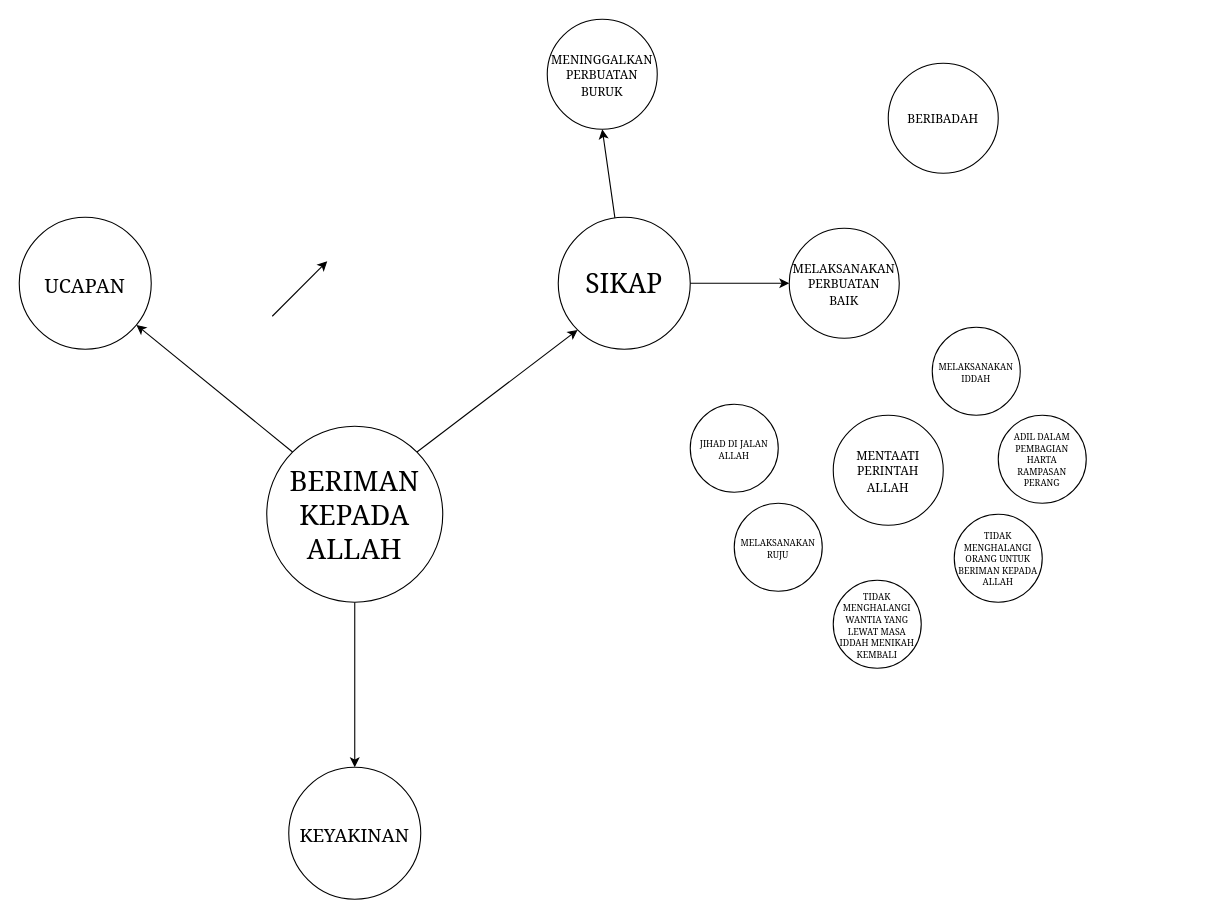
This is ilta.drawio from Alfthrpy/Iseng, a draw.io file, before an edit. Source tidied: cells renumbered, new cells numbered last; positions are measured from the earlier drawing's top-left corner, leaving out a move shared by most shapes. Both pictures are drawn from the tidied source at 110%, with x=0, y=0 at pixel (19, 19).
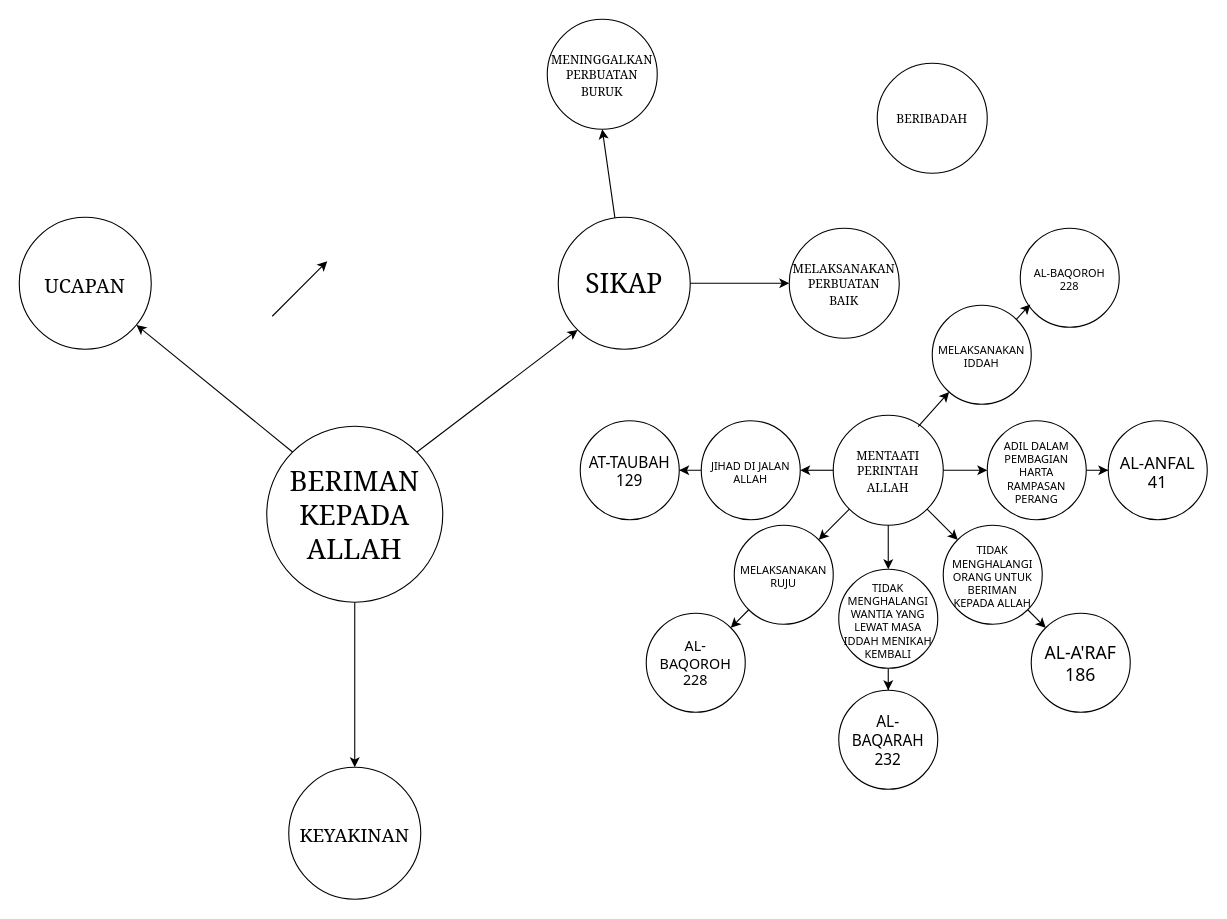
The same diagram, later.

The change refers to these unchanged cells:
```xml
<mxCell id="17" value="&lt;font face=&quot;Georgia&quot;&gt;&lt;span style=&quot;font-size: 11px;&quot;&gt;MENTAATI PERINTAH ALLAH&lt;/span&gt;&lt;/font&gt;" style="ellipse;whiteSpace=wrap;html=1;spacingTop=2;spacing=5;" parent="1" vertex="1">
  <mxGeometry x="740" y="360" width="100" height="100" as="geometry" />
</mxCell>
```

What changed in the source:
```diff
@@
-    <mxCell id="14" value="&lt;font face=&quot;Georgia&quot; style=&quot;font-size: 8px;&quot;&gt;MELAKSANAKAN IDDAH&lt;/font&gt;" style="ellipse;whiteSpace=wrap;html=1;spacingTop=2;spacing=5;fontSize=8;" parent="1" vertex="1">
-      <mxGeometry x="830" y="280" width="80" height="80" as="geometry" />
+    <mxCell id="14" value="&lt;font style=&quot;font-size: 10px;&quot;&gt;MELAKSANAKAN IDDAH&lt;/font&gt;" style="ellipse;whiteSpace=wrap;html=1;spacingTop=2;spacing=5;fontSize=10;fontFamily=Tahoma;" parent="1" vertex="1">
+      <mxGeometry x="830" y="260" width="90" height="90" as="geometry" />
     </mxCell>
-    <mxCell id="15" value="&lt;font face=&quot;Georgia&quot;&gt;MELAKSANAKAN RUJU&lt;/font&gt;" style="ellipse;whiteSpace=wrap;html=1;spacingTop=2;spacing=5;fontSize=8;" parent="1" vertex="1">
-      <mxGeometry x="650" y="440" width="80" height="80" as="geometry" />
+    <mxCell id="15" value="&lt;font style=&quot;font-size: 10px;&quot;&gt;MELAKSANAKAN RUJU&lt;/font&gt;" style="ellipse;whiteSpace=wrap;html=1;spacingTop=2;spacing=5;fontSize=10;fontFamily=Tahoma;" parent="1" vertex="1">
+      <mxGeometry x="650" y="460" width="90" height="90" as="geometry" />
     </mxCell>
+    <mxCell id="22" style="edgeStyle=orthogonalEdgeStyle;rounded=0;jettySize=auto;html=1;" parent="1" edge="1" source="16" target="31">
+      <mxGeometry relative="1" as="geometry" />
+    </mxCell>
-    <mxCell id="16" value="&lt;font face=&quot;Georgia&quot;&gt;TIDAK MENGHALANGI WANTIA YANG LEWAT MASA IDDAH MENIKAH KEMBALI&lt;/font&gt;" style="ellipse;whiteSpace=wrap;html=1;spacingTop=2;spacing=5;fontSize=8;" parent="1" vertex="1">
-      <mxGeometry x="740" y="510" width="80" height="80" as="geometry" />
+    <mxCell id="16" value="&lt;font style=&quot;font-size: 10px;&quot;&gt;TIDAK MENGHALANGI WANTIA YANG LEWAT MASA IDDAH MENIKAH KEMBALI&lt;/font&gt;" style="ellipse;whiteSpace=wrap;html=1;spacingTop=2;spacing=5;fontSize=10;fontFamily=Tahoma;" parent="1" vertex="1">
+      <mxGeometry x="745" y="500" width="90" height="90" as="geometry" />
     </mxCell>
@@
-    <mxCell id="18" value="&lt;font face=&quot;Georgia&quot;&gt;TIDAK MENGHALANGI ORANG UNTUK BERIMAN KEPADA ALLAH&lt;/font&gt;" style="ellipse;whiteSpace=wrap;html=1;spacingTop=2;spacing=5;fontSize=8;" parent="1" vertex="1">
-      <mxGeometry x="850" y="450" width="80" height="80" as="geometry" />
+    <mxCell id="18" value="&lt;font style=&quot;font-size: 10px;&quot;&gt;TIDAK MENGHALANGI ORANG UNTUK BERIMAN KEPADA ALLAH&lt;/font&gt;" style="ellipse;whiteSpace=wrap;html=1;spacingTop=2;spacing=5;fontSize=10;fontFamily=Tahoma;" parent="1" vertex="1">
+      <mxGeometry x="840" y="460" width="90" height="90" as="geometry" />
     </mxCell>
+    <mxCell id="23" style="edgeStyle=orthogonalEdgeStyle;rounded=0;jettySize=auto;html=1;" parent="1" edge="1" source="19" target="33">
+      <mxGeometry relative="1" as="geometry" />
+    </mxCell>
-    <mxCell id="19" value="&lt;font face=&quot;Georgia&quot;&gt;ADIL DALAM PEMBAGIAN HARTA RAMPASAN PERANG&lt;/font&gt;" style="ellipse;whiteSpace=wrap;html=1;spacingTop=2;spacing=5;fontSize=8;" parent="1" vertex="1">
-      <mxGeometry x="890" y="360" width="80" height="80" as="geometry" />
+    <mxCell id="19" value="&lt;font style=&quot;font-size: 10px;&quot;&gt;ADIL DALAM PEMBAGIAN HARTA RAMPASAN PERANG&lt;/font&gt;" style="ellipse;whiteSpace=wrap;html=1;spacingTop=2;spacing=5;fontSize=10;fontFamily=Tahoma;" parent="1" vertex="1">
+      <mxGeometry x="880" y="365" width="90" height="90" as="geometry" />
     </mxCell>
+    <mxCell id="24" style="edgeStyle=orthogonalEdgeStyle;rounded=0;jettySize=auto;html=1;" parent="1" edge="1" source="20" target="36">
+      <mxGeometry relative="1" as="geometry" />
+    </mxCell>
-    <mxCell id="20" value="&lt;font face=&quot;Georgia&quot;&gt;JIHAD DI JALAN ALLAH&lt;/font&gt;" style="ellipse;whiteSpace=wrap;html=1;spacingTop=2;spacing=5;fontSize=8;" parent="1" vertex="1">
-      <mxGeometry x="610" y="350" width="80" height="80" as="geometry" />
+    <mxCell id="20" value="&lt;font style=&quot;font-size: 10px;&quot;&gt;JIHAD DI JALAN ALLAH&lt;/font&gt;" style="ellipse;whiteSpace=wrap;html=1;spacingTop=2;spacing=5;fontSize=10;fontFamily=Tahoma;" parent="1" vertex="1">
+      <mxGeometry x="620" y="365" width="90" height="90" as="geometry" />
     </mxCell>
     <mxCell id="21" value="&lt;font face=&quot;Georgia&quot;&gt;&lt;span style=&quot;font-size: 11px;&quot;&gt;BERIBADAH&lt;/span&gt;&lt;/font&gt;" style="ellipse;whiteSpace=wrap;html=1;spacingTop=2;spacing=5;" parent="1" vertex="1">
-      <mxGeometry x="790" y="40" width="100" height="100" as="geometry" />
+      <mxGeometry x="780" y="40" width="100" height="100" as="geometry" />
     </mxCell>
+    <mxCell id="25" style="endArrow=classic;html=1;rounded=0;exitX=0.772;exitY=0.103;exitDx=0;exitDy=0;exitPerimeter=0;" parent="1" edge="1" source="17" target="14">
+      <mxGeometry relative="1" as="geometry" />
+    </mxCell>
+    <mxCell id="26" style="endArrow=classic;html=1;rounded=0;exitX=1;exitY=0.5;exitDx=0;exitDy=0;entryX=0;entryY=0.5;entryDx=0;entryDy=0;" parent="1" edge="1" source="17" target="19">
+      <mxGeometry relative="1" as="geometry" />
+    </mxCell>
+    <mxCell id="27" style="endArrow=classic;html=1;rounded=0;exitX=1;exitY=1;exitDx=0;exitDy=0;entryX=0;entryY=0;entryDx=0;entryDy=0;" parent="1" edge="1" source="17" target="18">
+      <mxGeometry relative="1" as="geometry" />
+    </mxCell>
+    <mxCell id="28" style="endArrow=classic;html=1;rounded=0;exitX=0.5;exitY=1;exitDx=0;exitDy=0;entryX=0.5;entryY=0;entryDx=0;entryDy=0;" parent="1" edge="1" source="17" target="16">
+      <mxGeometry relative="1" as="geometry" />
+    </mxCell>
+    <mxCell id="29" style="endArrow=classic;html=1;rounded=0;exitX=0;exitY=1;exitDx=0;exitDy=0;entryX=1;entryY=0;entryDx=0;entryDy=0;" parent="1" edge="1" source="17" target="15">
+      <mxGeometry relative="1" as="geometry" />
+    </mxCell>
+    <mxCell id="30" style="endArrow=classic;html=1;rounded=0;exitX=0;exitY=0.5;exitDx=0;exitDy=0;entryX=1;entryY=0.5;entryDx=0;entryDy=0;" parent="1" edge="1" source="17" target="20">
+      <mxGeometry relative="1" as="geometry" />
+    </mxCell>
+    <mxCell id="31" value="AL-BAQARAH&lt;br style=&quot;font-size: 14px;&quot;&gt;232" style="ellipse;whiteSpace=wrap;html=1;spacingTop=2;spacing=5;fontSize=14;fontFamily=Tahoma;" parent="1" vertex="1">
+      <mxGeometry x="745" y="610" width="90" height="90" as="geometry" />
+    </mxCell>
+    <mxCell id="32" value="AL-A'RAF&lt;br style=&quot;font-size: 16px;&quot;&gt;186" style="ellipse;whiteSpace=wrap;html=1;spacingTop=2;spacing=5;fontSize=16;fontFamily=Tahoma;" parent="1" vertex="1">
+      <mxGeometry x="920" y="540" width="90" height="90" as="geometry" />
+    </mxCell>
+    <mxCell id="33" value="AL-ANFAL&lt;br style=&quot;font-size: 15px;&quot;&gt;41" style="ellipse;whiteSpace=wrap;html=1;spacingTop=2;spacing=5;fontSize=15;fontFamily=Tahoma;" parent="1" vertex="1">
+      <mxGeometry x="990" y="365" width="90" height="90" as="geometry" />
+    </mxCell>
+    <mxCell id="34" value="AL-BAQOROH&lt;br&gt;228" style="ellipse;whiteSpace=wrap;html=1;spacingTop=2;spacing=5;fontSize=10;fontFamily=Tahoma;" parent="1" vertex="1">
+      <mxGeometry x="910" y="190" width="90" height="90" as="geometry" />
+    </mxCell>
+    <mxCell id="35" value="&lt;font style=&quot;font-size: 13px;&quot;&gt;AL-BAQOROH&lt;br&gt;228&lt;/font&gt;" style="ellipse;whiteSpace=wrap;html=1;spacingTop=2;spacing=5;fontSize=10;fontFamily=Tahoma;" parent="1" vertex="1">
+      <mxGeometry x="570" y="540" width="90" height="90" as="geometry" />
+    </mxCell>
+    <mxCell id="36" value="&lt;font style=&quot;font-size: 14px;&quot;&gt;AT-TAUBAH&lt;br&gt;129&lt;/font&gt;" style="ellipse;whiteSpace=wrap;html=1;spacingTop=2;spacing=5;fontSize=10;fontFamily=Tahoma;" parent="1" vertex="1">
+      <mxGeometry x="510" y="365" width="90" height="90" as="geometry" />
+    </mxCell>
+    <mxCell id="37" style="endArrow=classic;html=1;rounded=0;exitX=0;exitY=1;exitDx=0;exitDy=0;entryX=1;entryY=0;entryDx=0;entryDy=0;" parent="1" edge="1" source="15" target="35">
+      <mxGeometry relative="1" as="geometry" />
+    </mxCell>
+    <mxCell id="38" style="endArrow=classic;html=1;rounded=0;entryX=0;entryY=0;entryDx=0;entryDy=0;exitX=1;exitY=1;exitDx=0;exitDy=0;" parent="1" edge="1" source="18" target="32">
+      <mxGeometry relative="1" as="geometry" />
+    </mxCell>
+    <mxCell id="39" style="endArrow=classic;html=1;rounded=0;entryX=0.102;entryY=0.769;entryDx=0;entryDy=0;entryPerimeter=0;" parent="1" edge="1" source="14" target="34">
+      <mxGeometry relative="1" as="geometry" />
+    </mxCell>
```
